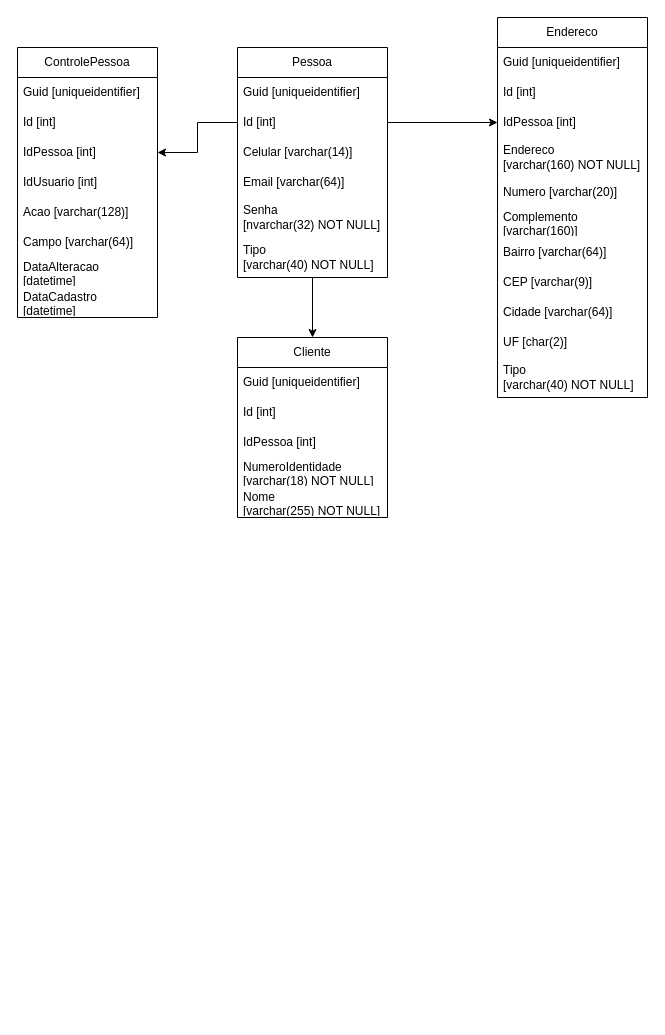
Before: Diagrams/Tables Diagram.drawio in Gabriel2Mello/Ecommerce-with-CSharp, a draw.io diagram. Source tidied: cells renumbered, new cells numbered last; positions are measured from the earlier drawing's top-left corner, leaving out a move shared by most shapes. Both pictures are drawn from the tidied source at 100%, with x=0, y=0 at pixel (17, 17).
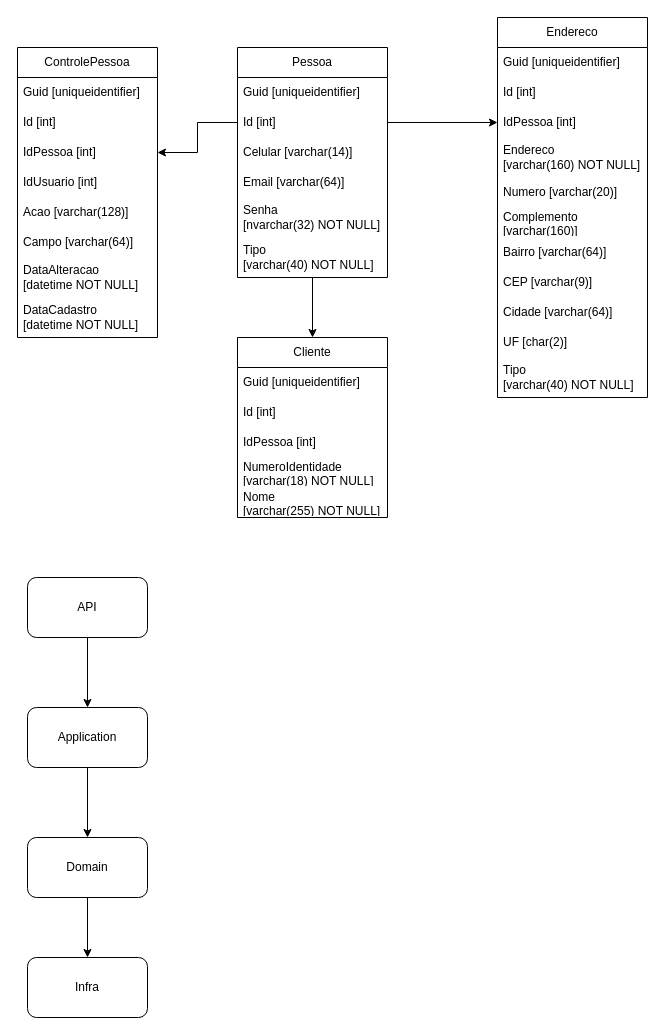
After the change.

Change to the diagram source:
```diff
@@
     <mxCell id="28" value="ControlePessoa" style="swimlane;fontStyle=0;horizontal=1;startSize=30;whiteSpace=wrap;html=1;" parent="1" vertex="1">
-      <mxGeometry y="30" width="140" height="270" as="geometry" />
+      <mxGeometry y="30" width="140" height="290" as="geometry" />
     </mxCell>
@@
-    <mxCell id="35" value="DataAlteracao [datetime]" style="text;strokeColor=none;fillColor=none;align=left;verticalAlign=middle;spacingLeft=4;spacingRight=4;overflow=hidden;whiteSpace=wrap;html=1;" parent="28" vertex="1">
-      <mxGeometry y="210" width="140" height="30" as="geometry" />
+    <mxCell id="35" value="DataAlteracao &lt;br&gt;[datetime NOT NULL]" style="text;strokeColor=none;fillColor=none;align=left;verticalAlign=middle;spacingLeft=4;spacingRight=4;overflow=hidden;whiteSpace=wrap;html=1;" parent="28" vertex="1">
+      <mxGeometry y="210" width="140" height="40" as="geometry" />
     </mxCell>
-    <mxCell id="36" value="DataCadastro [datetime]" style="text;strokeColor=none;fillColor=none;align=left;verticalAlign=middle;spacingLeft=4;spacingRight=4;overflow=hidden;whiteSpace=wrap;html=1;" parent="28" vertex="1">
-      <mxGeometry y="240" width="140" height="30" as="geometry" />
+    <mxCell id="36" value="DataCadastro &lt;br&gt;[datetime NOT NULL]" style="text;strokeColor=none;fillColor=none;align=left;verticalAlign=middle;spacingLeft=4;spacingRight=4;overflow=hidden;whiteSpace=wrap;html=1;" parent="28" vertex="1">
+      <mxGeometry y="250" width="140" height="40" as="geometry" />
     </mxCell>
@@
+    <mxCell id="39" style="edgeStyle=orthogonalEdgeStyle;rounded=0;jettySize=auto;html=1;" parent="1" edge="1" source="40" target="43">
+      <mxGeometry relative="1" as="geometry" />
+    </mxCell>
+    <mxCell id="40" value="Application" style="rounded=1;whiteSpace=wrap;html=1;" parent="1" vertex="1">
+      <mxGeometry x="10" y="690" width="120" height="60" as="geometry" />
+    </mxCell>
+    <mxCell id="41" value="Infra" style="rounded=1;whiteSpace=wrap;html=1;" parent="1" vertex="1">
+      <mxGeometry x="10" y="940" width="120" height="60" as="geometry" />
+    </mxCell>
+    <mxCell id="42" style="edgeStyle=orthogonalEdgeStyle;rounded=0;jettySize=auto;html=1;entryX=0.5;entryY=0;entryDx=0;entryDy=0;" parent="1" edge="1" source="43" target="41">
+      <mxGeometry relative="1" as="geometry" />
+    </mxCell>
+    <mxCell id="43" value="Domain" style="rounded=1;whiteSpace=wrap;html=1;" parent="1" vertex="1">
+      <mxGeometry x="10" y="820" width="120" height="60" as="geometry" />
+    </mxCell>
+    <mxCell id="44" style="edgeStyle=orthogonalEdgeStyle;rounded=0;jettySize=auto;html=1;" parent="1" edge="1" source="45" target="40">
+      <mxGeometry relative="1" as="geometry" />
+    </mxCell>
+    <mxCell id="45" value="API" style="rounded=1;whiteSpace=wrap;html=1;" parent="1" vertex="1">
+      <mxGeometry x="10" y="560" width="120" height="60" as="geometry" />
+    </mxCell>
```
